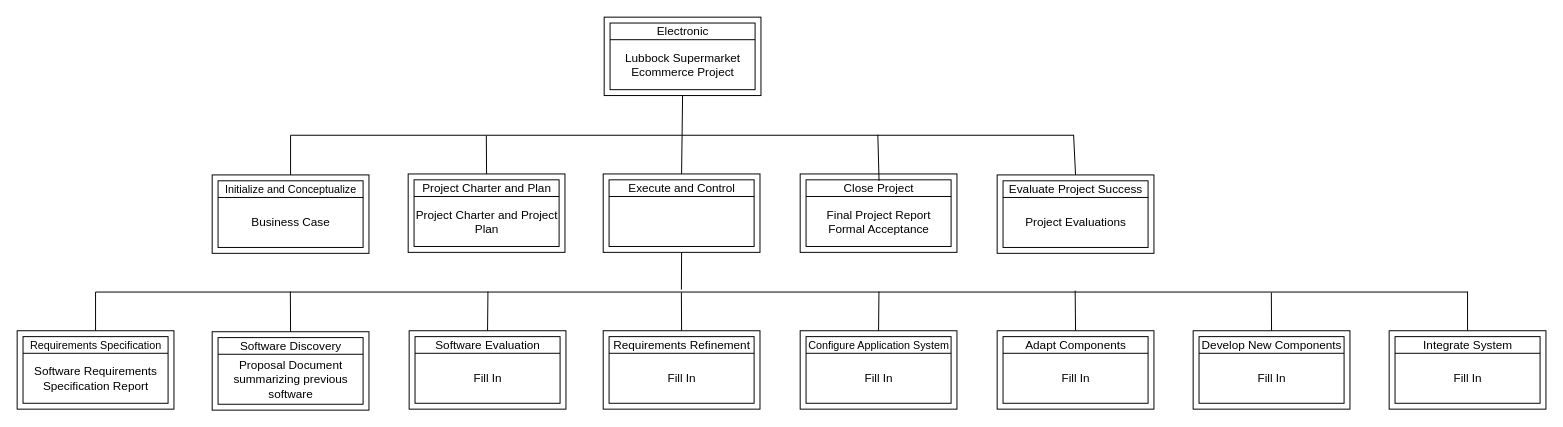
The draw.io diagram page "DSC" (2 of 4) of Project_Diagrams.drawio in stephencdevaney/TTU_CS5363_Software_Project_Management, before the edit. Source tidied: cells renumbered, new cells numbered last; positions are measured from the earlier drawing's top-left corner, leaving out a move shared by most shapes. Both pictures are drawn from the tidied source at 98%, with x=0, y=0 at pixel (17, 17).
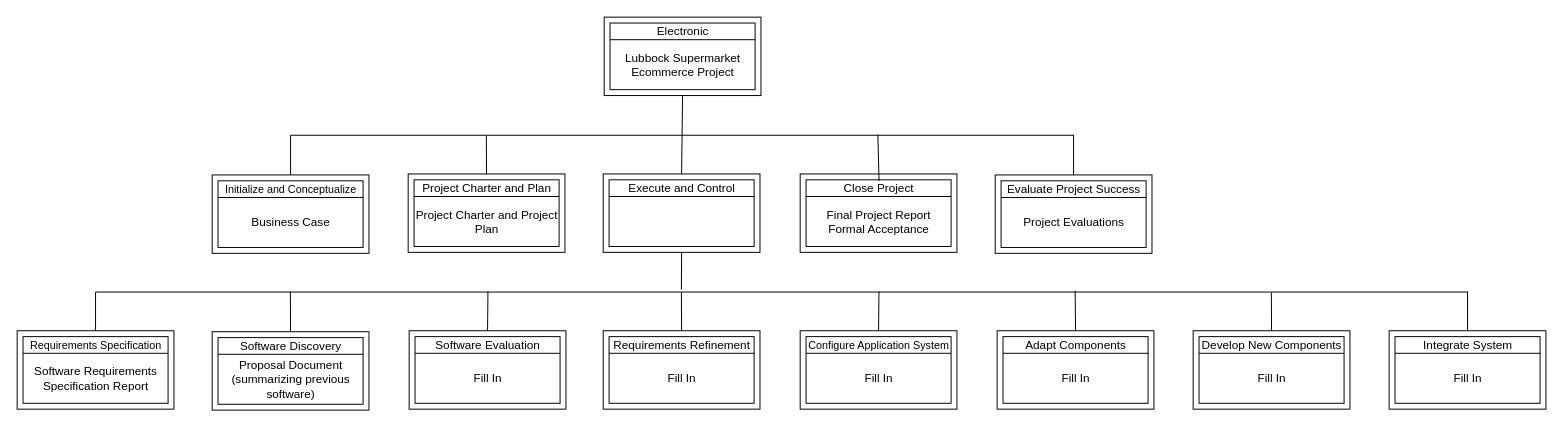
Above is the later version.

The change refers to these unchanged cells:
```xml
<mxCell id="51" style="group;" parent="1" vertex="1">
  <mxGeometry x="199" y="321" width="160" height="80" as="geometry" />
</mxCell>
```

Diff of the diagram source:
```diff
@@
     <mxCell id="35" style="group;" parent="1" vertex="1">
-      <mxGeometry x="1000" y="161" width="159" height="80" as="geometry" />
+      <mxGeometry x="998" y="161" width="155" height="80" as="geometry" />
     </mxCell>
@@
-    <mxCell id="56" value="Proposal Document summarizing previous software" style="text;html=1;strokeColor=none;fillColor=none;align=center;verticalAlign=middle;whiteSpace=wrap;rounded=0;" parent="51" vertex="1">
+    <mxCell id="56" value="Proposal Document (summarizing previous software)" style="text;html=1;strokeColor=none;fillColor=none;align=center;verticalAlign=middle;whiteSpace=wrap;rounded=0;" parent="51" vertex="1">
       <mxGeometry x="7" y="23" width="147" height="51" as="geometry" />
     </mxCell>
```
